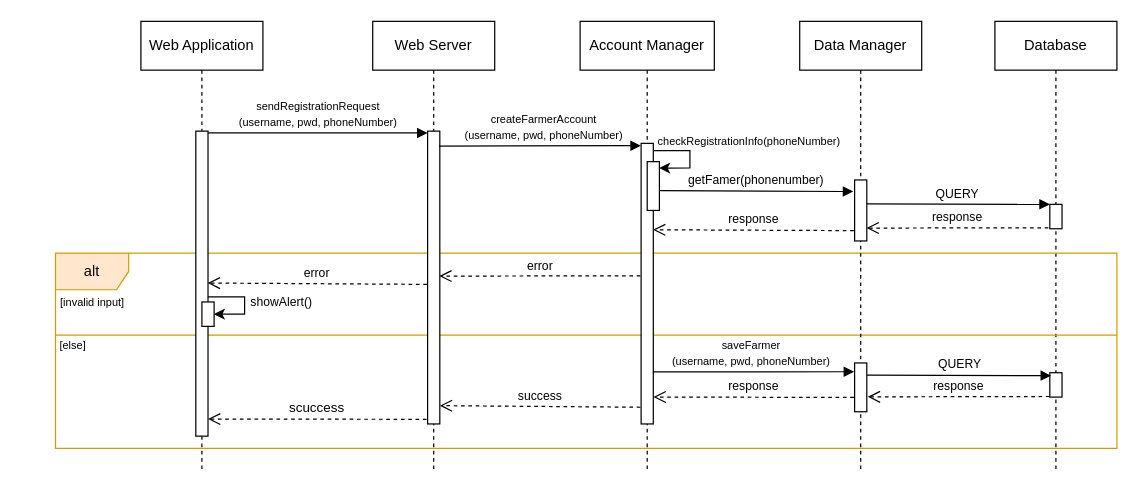
ictar/DREAM-SE2-Project-2022 keeps this draw.io diagram as page "FM-registration-UC6" (1 of 14) of DD/UML/Runtime.drawio. Above is the earlier version. Source tidied: cells renumbered, new cells numbered last; positions are measured from the earlier drawing's top-left corner, leaving out a move shared by most shapes. Both pictures are drawn from the tidied source at 122%, with x=0, y=0 at pixel (21, 21).
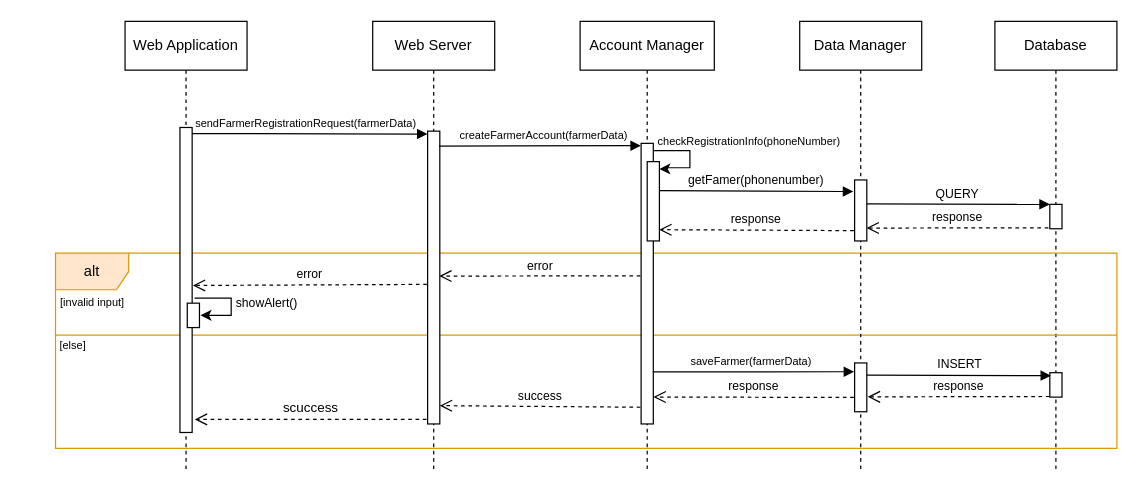
The same diagram, later.

The change refers to these unchanged cells:
```xml
<mxCell id="10" style="html=1;points=[];perimeter=orthogonalPerimeter;" parent="9" vertex="1">
  <mxGeometry x="45" y="90" width="10" height="240" as="geometry" />
</mxCell>
<mxCell id="15" value="Account Manager" style="shape=umlLifeline;perimeter=lifelinePerimeter;whiteSpace=wrap;html=1;" parent="1" vertex="1">
  <mxGeometry x="458" width="110" height="370" as="geometry" />
</mxCell>
<mxCell id="16" style="html=1;points=[];perimeter=orthogonalPerimeter;" parent="15" vertex="1">
  <mxGeometry x="50" y="100" width="10" height="230" as="geometry" />
</mxCell>
<mxCell id="20" style="html=1;points=[];perimeter=orthogonalPerimeter;" parent="19" vertex="1">
  <mxGeometry x="45" y="130" width="10" height="50" as="geometry" />
</mxCell>
```

Diff of the diagram source:
```diff
@@
     <mxCell id="8" value="Web Application" style="shape=umlLifeline;perimeter=lifelinePerimeter;whiteSpace=wrap;html=1;" parent="1" vertex="1">
-      <mxGeometry x="98" width="100" height="370" as="geometry" />
+      <mxGeometry x="85" width="100" height="370" as="geometry" />
     </mxCell>
@@
-    <mxCell id="11" value="&lt;font style=&quot;font-size: 9px&quot;&gt;sendRegistrationRequest&lt;br&gt;&lt;/font&gt;&lt;font style=&quot;font-size: 9px&quot;&gt;(&lt;/font&gt;&lt;span lang=&quot;EN-US&quot; style=&quot;font-size: 9px ; line-height: 9.63px&quot;&gt;username, pwd, phoneNumbe&lt;/span&gt;&lt;span lang=&quot;EN-US&quot; style=&quot;font-size: 9px ; line-height: 9.63px&quot;&gt;r&lt;/span&gt;&lt;font style=&quot;font-size: 9px&quot;&gt;)&lt;/font&gt;" style="html=1;verticalAlign=bottom;endArrow=block;rounded=0;entryX=-0.005;entryY=0.006;entryDx=0;entryDy=0;entryPerimeter=0;" parent="1" edge="1" source="13" target="10">
-      <mxGeometry relative="1" as="geometry" />
+    <mxCell id="11" value="&lt;font style=&quot;font-size: 9px&quot;&gt;sendFarmerRegistrationRequest&lt;/font&gt;&lt;font style=&quot;font-size: 9px&quot;&gt;(farmerData&lt;/font&gt;&lt;font style=&quot;font-size: 9px&quot;&gt;)&lt;/font&gt;" style="html=1;verticalAlign=bottom;endArrow=block;rounded=0;entryX=-0.005;entryY=0.006;entryDx=0;entryDy=0;entryPerimeter=0;exitX=0.965;exitY=0.02;exitDx=0;exitDy=0;exitPerimeter=0;" parent="1" edge="1" source="13">
+      <mxGeometry x="-0.04" relative="1" as="geometry">
+        <mxPoint x="332.9" y="92.4" as="targetPoint" />
+      </mxGeometry>
     </mxCell>
-    <mxCell id="12" value="scuccess" style="html=1;verticalAlign=bottom;endArrow=open;dashed=1;endSize=8;exitX=-0.09;exitY=0.822;rounded=0;exitDx=0;exitDy=0;exitPerimeter=0;" parent="1" edge="1">
+    <mxCell id="12" value="scuccess" style="html=1;verticalAlign=bottom;endArrow=open;dashed=1;endSize=8;exitX=-0.09;exitY=0.822;rounded=0;exitDx=0;exitDy=0;exitPerimeter=0;entryX=1.219;entryY=0.957;entryDx=0;entryDy=0;entryPerimeter=0;" parent="1" edge="1" target="13">
       <mxGeometry relative="1" as="geometry">
         <mxPoint x="332.1" y="326.2" as="sourcePoint" />
-        <mxPoint x="153" y="326" as="targetPoint" />
       </mxGeometry>
     </mxCell>
     <mxCell id="13" style="html=1;points=[];perimeter=orthogonalPerimeter;" parent="1" vertex="1">
-      <mxGeometry x="143" y="90" width="10" height="250" as="geometry" />
+      <mxGeometry x="130" y="87" width="10" height="250" as="geometry" />
     </mxCell>
@@
     <mxCell id="17" style="html=1;points=[];perimeter=orthogonalPerimeter;" parent="15" vertex="1">
-      <mxGeometry x="55" y="115" width="10" height="40" as="geometry" />
+      <mxGeometry x="55" y="115" width="10" height="65" as="geometry" />
     </mxCell>
-    <mxCell id="18" style="endArrow=classic;html=1;rounded=0;fontSize=9;entryX=0.978;entryY=0.131;entryDx=0;entryDy=0;entryPerimeter=0;edgeStyle=orthogonalEdgeStyle;endFill=1;" parent="15" edge="1" source="16" target="17">
+    <mxCell id="18" style="endArrow=classic;html=1;rounded=0;fontSize=9;entryX=0.995;entryY=0.092;entryDx=0;entryDy=0;entryPerimeter=0;edgeStyle=orthogonalEdgeStyle;endFill=1;" parent="15" edge="1" source="16" target="17">
       <mxGeometry relative="1" as="geometry">
         <Array as="points">
           <mxPoint x="90" y="106" />
           <mxPoint x="90" y="120" />
-          <mxPoint x="65" y="120" />
+          <mxPoint x="70" y="120" />
+          <mxPoint x="65" y="121" />
         </Array>
       </mxGeometry>
     </mxCell>
@@
-    <mxCell id="22" value="&lt;font style=&quot;font-size: 9px&quot;&gt;&lt;font style=&quot;font-size: 9px&quot;&gt;&lt;font style=&quot;font-size: 9px&quot;&gt;createFarmerAccount&lt;br&gt;(&lt;/font&gt;&lt;/font&gt;&lt;span lang=&quot;EN-US&quot; style=&quot;line-height: 107%&quot;&gt;username, pwd, phoneNumbe&lt;/span&gt;&lt;span lang=&quot;EN-US&quot; style=&quot;line-height: 107%&quot;&gt;r&lt;/span&gt;&lt;font style=&quot;font-size: 9px&quot;&gt;&lt;font style=&quot;font-size: 9px&quot;&gt;)&lt;/font&gt;&lt;/font&gt;&lt;/font&gt;" style="html=1;verticalAlign=bottom;endArrow=block;rounded=0;entryX=-0.021;entryY=0.004;entryDx=0;entryDy=0;entryPerimeter=0;exitX=0.932;exitY=0.051;exitDx=0;exitDy=0;exitPerimeter=0;" parent="1" edge="1" source="10">
+    <mxCell id="22" value="&lt;font style=&quot;font-size: 9px&quot;&gt;&lt;font style=&quot;font-size: 9px&quot;&gt;&lt;font style=&quot;font-size: 9px&quot;&gt;createFarmerAccount(farmerData&lt;/font&gt;&lt;/font&gt;&lt;font style=&quot;font-size: 9px&quot;&gt;&lt;font style=&quot;font-size: 9px&quot;&gt;)&lt;/font&gt;&lt;/font&gt;&lt;/font&gt;" style="html=1;verticalAlign=bottom;endArrow=block;rounded=0;entryX=-0.021;entryY=0.004;entryDx=0;entryDy=0;entryPerimeter=0;exitX=0.932;exitY=0.051;exitDx=0;exitDy=0;exitPerimeter=0;" parent="1" edge="1" source="10">
       <mxGeometry x="0.04" relative="1" as="geometry">
         <mxPoint x="507.8" y="101.9" as="targetPoint" />
       </mxGeometry>
     </mxCell>
@@
-    <mxCell id="26" value="&lt;font style=&quot;font-size: 10px&quot;&gt;response&lt;/font&gt;" style="html=1;verticalAlign=bottom;endArrow=open;dashed=1;endSize=8;rounded=0;exitX=-0.067;exitY=0.831;exitDx=0;exitDy=0;exitPerimeter=0;entryX=0.973;entryY=0.308;entryDx=0;entryDy=0;entryPerimeter=0;" parent="1" edge="1" source="20" target="16">
+    <mxCell id="26" value="&lt;font style=&quot;font-size: 10px&quot;&gt;response&lt;/font&gt;" style="html=1;verticalAlign=bottom;endArrow=open;dashed=1;endSize=8;rounded=0;exitX=-0.067;exitY=0.831;exitDx=0;exitDy=0;exitPerimeter=0;entryX=0.988;entryY=0.858;entryDx=0;entryDy=0;entryPerimeter=0;" parent="1" edge="1" source="20" target="17">
       <mxGeometry relative="1" as="geometry" />
     </mxCell>
@@
-    <mxCell id="28" value="&lt;font style=&quot;font-size: 10px&quot;&gt;error&lt;/font&gt;" style="html=1;verticalAlign=bottom;endArrow=open;dashed=1;endSize=8;rounded=0;exitX=-0.067;exitY=0.831;exitDx=0;exitDy=0;exitPerimeter=0;entryX=0.976;entryY=0.498;entryDx=0;entryDy=0;entryPerimeter=0;" parent="1" edge="1" target="13">
+    <mxCell id="28" value="&lt;font style=&quot;font-size: 10px&quot;&gt;error&lt;/font&gt;" style="html=1;verticalAlign=bottom;endArrow=open;dashed=1;endSize=8;rounded=0;exitX=-0.067;exitY=0.831;exitDx=0;exitDy=0;exitPerimeter=0;entryX=1.06;entryY=0.518;entryDx=0;entryDy=0;entryPerimeter=0;" parent="1" edge="1" target="13">
       <mxGeometry relative="1" as="geometry">
         <mxPoint x="332.4" y="215.6" as="sourcePoint" />
       </mxGeometry>
     </mxCell>
     <mxCell id="29" style="html=1;perimeter=orthogonalPerimeter;" parent="1" vertex="1">
-      <mxGeometry x="148" y="230" width="10" height="20" as="geometry" />
+      <mxGeometry x="136" y="231" width="10" height="20" as="geometry" />
     </mxCell>
     <mxCell id="30" style="endArrow=classic;html=1;rounded=0;fontSize=9;entryX=0.978;entryY=0.131;entryDx=0;entryDy=0;entryPerimeter=0;edgeStyle=orthogonalEdgeStyle;endFill=1;" parent="1" edge="1">
       <mxGeometry relative="1" as="geometry">
-        <mxPoint x="153" y="225.8" as="sourcePoint" />
-        <mxPoint x="157.8" y="240" as="targetPoint" />
+        <mxPoint x="142" y="226.8" as="sourcePoint" />
+        <mxPoint x="146.8" y="241" as="targetPoint" />
         <Array as="points">
-          <mxPoint x="183" y="225.8" />
-          <mxPoint x="183" y="239.8" />
-          <mxPoint x="158" y="239.8" />
+          <mxPoint x="172" y="226.8" />
+          <mxPoint x="172" y="240.8" />
+          <mxPoint x="147" y="240.8" />
         </Array>
       </mxGeometry>
     </mxCell>
     <mxCell id="31" value="showAlert()" style="text;html=1;align=center;verticalAlign=middle;strokeColor=none;fillColor=none;fontSize=10;" parent="1" vertex="1">
-      <mxGeometry x="178" y="220" width="70" height="20" as="geometry" />
+      <mxGeometry x="166" y="221" width="70" height="20" as="geometry" />
     </mxCell>
-    <mxCell id="32" value="&lt;font style=&quot;font-size: 9px&quot;&gt;saveFarmer&lt;br&gt;&lt;font style=&quot;font-size: 9px&quot;&gt;(&lt;/font&gt;&lt;span lang=&quot;EN-US&quot; style=&quot;line-height: 9.63px&quot;&gt;username, pwd, phoneNumbe&lt;/span&gt;&lt;span lang=&quot;EN-US&quot; style=&quot;line-height: 9.63px&quot;&gt;r&lt;/span&gt;&lt;font style=&quot;font-size: 9px&quot;&gt;)&lt;/font&gt;&lt;/font&gt;" style="html=1;verticalAlign=bottom;endArrow=block;rounded=0;entryX=0.061;entryY=0.031;entryDx=0;entryDy=0;entryPerimeter=0;exitX=1.064;exitY=0.745;exitDx=0;exitDy=0;exitPerimeter=0;" parent="1" edge="1">
+    <mxCell id="32" value="&lt;font style=&quot;font-size: 9px&quot;&gt;saveFarmer&lt;font style=&quot;font-size: 9px&quot;&gt;(farmerData&lt;/font&gt;&lt;font style=&quot;font-size: 9px&quot;&gt;)&lt;/font&gt;&lt;/font&gt;" style="html=1;verticalAlign=bottom;endArrow=block;rounded=0;entryX=0.061;entryY=0.031;entryDx=0;entryDy=0;entryPerimeter=0;exitX=1.064;exitY=0.745;exitDx=0;exitDy=0;exitPerimeter=0;" parent="1" edge="1">
       <mxGeometry x="-0.03" relative="1" as="geometry">
         <mxPoint x="517.6" y="287.4" as="sourcePoint" />
         <mxPoint x="682.6" y="287.2" as="targetPoint" />
       </mxGeometry>
     </mxCell>
-    <mxCell id="33" value="&lt;font size=&quot;1&quot;&gt;QUERY&lt;/font&gt;" style="html=1;verticalAlign=bottom;endArrow=block;rounded=0;entryX=-0.107;entryY=0.51;entryDx=0;entryDy=0;entryPerimeter=0;exitX=0.903;exitY=0.393;exitDx=0;exitDy=0;exitPerimeter=0;" parent="1" edge="1">
+    <mxCell id="33" value="&lt;font size=&quot;1&quot;&gt;INSERT&lt;/font&gt;" style="html=1;verticalAlign=bottom;endArrow=block;rounded=0;entryX=-0.107;entryY=0.51;entryDx=0;entryDy=0;entryPerimeter=0;exitX=0.903;exitY=0.393;exitDx=0;exitDy=0;exitPerimeter=0;" parent="1" edge="1">
       <mxGeometry relative="1" as="geometry">
         <mxPoint x="693" y="290" as="sourcePoint" />
         <mxPoint x="844" y="290.4" as="targetPoint" />
       </mxGeometry>
     </mxCell>
```
